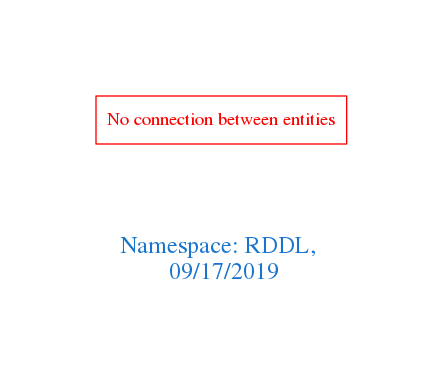
Before: downloads/RDDL.png, a diagram exported from Graphviz (arago/OGIT). Its source is kept beside it as downloads/RDDL.dot.
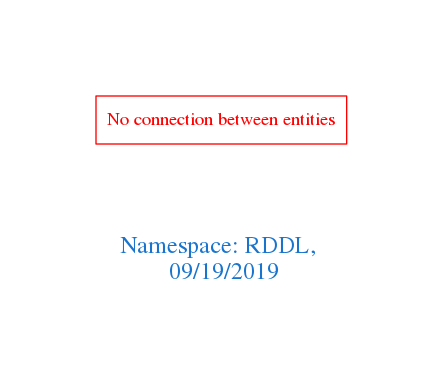
After the commit.

The edit, as a diff of the source:
```diff
@@ -1,7 +1,7 @@
 digraph OGIT_ontology {
  graph [ rankdir= LR,pad=1
 fontsize = 18,
-fontcolor= dodgerblue3,label = "\n\n\nNamespace: RDDL, \n 09/17/2019"];
+fontcolor= dodgerblue3,label = "\n\n\nNamespace: RDDL, \n 09/19/2019"];
 node[shape=polygon];
 edge [  color="gray81"];
 
```
